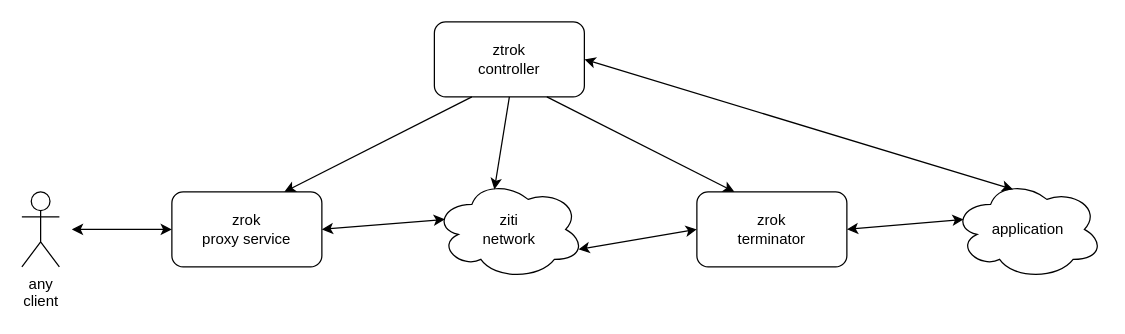
The draw.io diagram docs/images/zrok.drawio in openziti/zrok, before the edit. Source tidied: cells renumbered, new cells numbered last; positions are measured from the earlier drawing's top-left corner, leaving out a move shared by most shapes. Both pictures are drawn from the tidied source at 125%, with x=0, y=0 at pixel (21, 21).
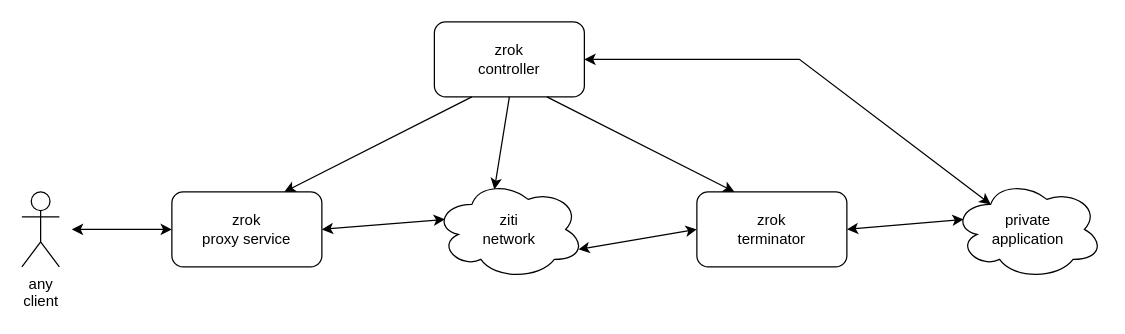
The same page after the edit.

Commit message (it also covers changes not shown here):
fix typo in diagram

Diff of the diagram source:
```diff
@@
 <mxGraphModel>
   <root>
     <mxCell id="0" />
     <mxCell id="1" parent="0" />
     <mxCell id="2" value="ziti&lt;br&gt;network" style="ellipse;shape=cloud;whiteSpace=wrap;html=1;" parent="1" vertex="1">
       <mxGeometry x="330" y="126" width="120" height="80" as="geometry" />
     </mxCell>
     <mxCell id="3" value="zrok&lt;br&gt;terminator" style="rounded=1;whiteSpace=wrap;html=1;" parent="1" vertex="1">
       <mxGeometry x="540" y="136" width="120" height="60" as="geometry" />
     </mxCell>
-    <mxCell id="4" value="application" style="ellipse;shape=cloud;whiteSpace=wrap;html=1;" parent="1" vertex="1">
+    <mxCell id="4" value="private&lt;br&gt;application" style="ellipse;shape=cloud;whiteSpace=wrap;html=1;" parent="1" vertex="1">
       <mxGeometry x="745" y="126" width="120" height="80" as="geometry" />
     </mxCell>
     <mxCell id="5" value="zrok&lt;br&gt;proxy service" style="rounded=1;whiteSpace=wrap;html=1;" parent="1" vertex="1">
       <mxGeometry x="120" y="136" width="120" height="60" as="geometry" />
     </mxCell>
     <mxCell id="6" value="any&lt;br&gt;client" style="shape=umlActor;verticalLabelPosition=bottom;verticalAlign=top;html=1;" parent="1" vertex="1">
       <mxGeometry y="136" width="30" height="60" as="geometry" />
     </mxCell>
     <mxCell id="7" style="endArrow=classic;startArrow=classic;html=1;rounded=0;entryX=0;entryY=0.5;entryDx=0;entryDy=0;" parent="1" edge="1" target="5">
       <mxGeometry relative="1" as="geometry">
         <mxPoint x="40" y="166" as="sourcePoint" />
       </mxGeometry>
     </mxCell>
     <mxCell id="8" style="endArrow=classic;startArrow=classic;html=1;rounded=0;entryX=0.07;entryY=0.4;entryDx=0;entryDy=0;entryPerimeter=0;exitX=1;exitY=0.5;exitDx=0;exitDy=0;" parent="1" edge="1" source="5" target="2">
       <mxGeometry relative="1" as="geometry" />
     </mxCell>
     <mxCell id="9" style="endArrow=classic;startArrow=classic;html=1;rounded=0;entryX=0;entryY=0.5;entryDx=0;entryDy=0;exitX=0.96;exitY=0.7;exitDx=0;exitDy=0;exitPerimeter=0;" parent="1" edge="1" source="2" target="3">
       <mxGeometry relative="1" as="geometry" />
     </mxCell>
     <mxCell id="10" style="endArrow=classic;startArrow=classic;html=1;rounded=0;entryX=0.07;entryY=0.4;entryDx=0;entryDy=0;entryPerimeter=0;exitX=1;exitY=0.5;exitDx=0;exitDy=0;" parent="1" edge="1" source="3" target="4">
       <mxGeometry relative="1" as="geometry" />
     </mxCell>
-    <mxCell id="11" value="ztrok&lt;br&gt;controller" style="rounded=1;whiteSpace=wrap;html=1;" parent="1" vertex="1">
+    <mxCell id="11" value="zrok&lt;br&gt;controller" style="rounded=1;whiteSpace=wrap;html=1;" parent="1" vertex="1">
       <mxGeometry x="330" width="120" height="60" as="geometry" />
     </mxCell>
     <mxCell id="12" style="endArrow=classic;html=1;rounded=0;exitX=0.5;exitY=1;exitDx=0;exitDy=0;entryX=0.4;entryY=0.1;entryDx=0;entryDy=0;entryPerimeter=0;" parent="1" edge="1" source="11" target="2">
       <mxGeometry relative="1" as="geometry" />
     </mxCell>
     <mxCell id="13" style="endArrow=classic;html=1;rounded=0;exitX=0.25;exitY=1;exitDx=0;exitDy=0;entryX=0.75;entryY=0;entryDx=0;entryDy=0;" parent="1" edge="1" source="11" target="5">
       <mxGeometry relative="1" as="geometry" />
     </mxCell>
     <mxCell id="14" style="endArrow=classic;html=1;rounded=0;exitX=0.75;exitY=1;exitDx=0;exitDy=0;entryX=0.25;entryY=0;entryDx=0;entryDy=0;" parent="1" edge="1" source="11" target="3">
       <mxGeometry relative="1" as="geometry" />
     </mxCell>
-    <mxCell id="15" style="endArrow=classic;startArrow=classic;html=1;rounded=0;exitX=1;exitY=0.5;exitDx=0;exitDy=0;entryX=0.4;entryY=0.1;entryDx=0;entryDy=0;entryPerimeter=0;" parent="1" edge="1" source="11" target="4">
-      <mxGeometry relative="1" as="geometry" />
+    <mxCell id="15" style="endArrow=classic;startArrow=classic;html=1;rounded=0;exitX=1;exitY=0.5;exitDx=0;exitDy=0;entryX=0.25;entryY=0.25;entryDx=0;entryDy=0;entryPerimeter=0;" parent="1" edge="1" source="11" target="4">
+      <mxGeometry relative="1" as="geometry">
+        <Array as="points">
+          <mxPoint x="622" y="30" />
+        </Array>
+      </mxGeometry>
     </mxCell>
   </root>
 </mxGraphModel>
```
